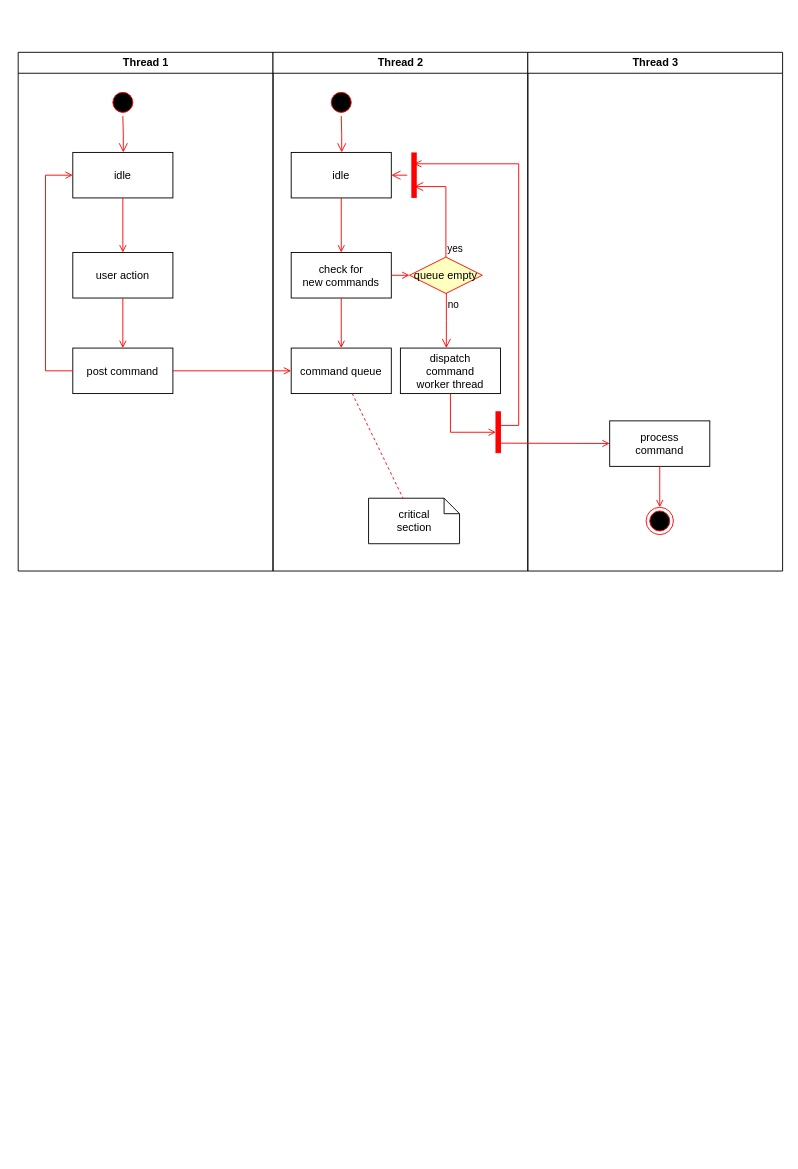
Earlier version of the draw.io diagram SCADA_ActivityDiagram.drawio (widyafebriandaru/SCADA_ActivityDiagram). Source tidied: cells renumbered, new cells numbered last; positions are measured from the earlier drawing's top-left corner, leaving out a move shared by most shapes. Both pictures are drawn from the tidied source at 91%, with x=0, y=0 at pixel (17, 52).
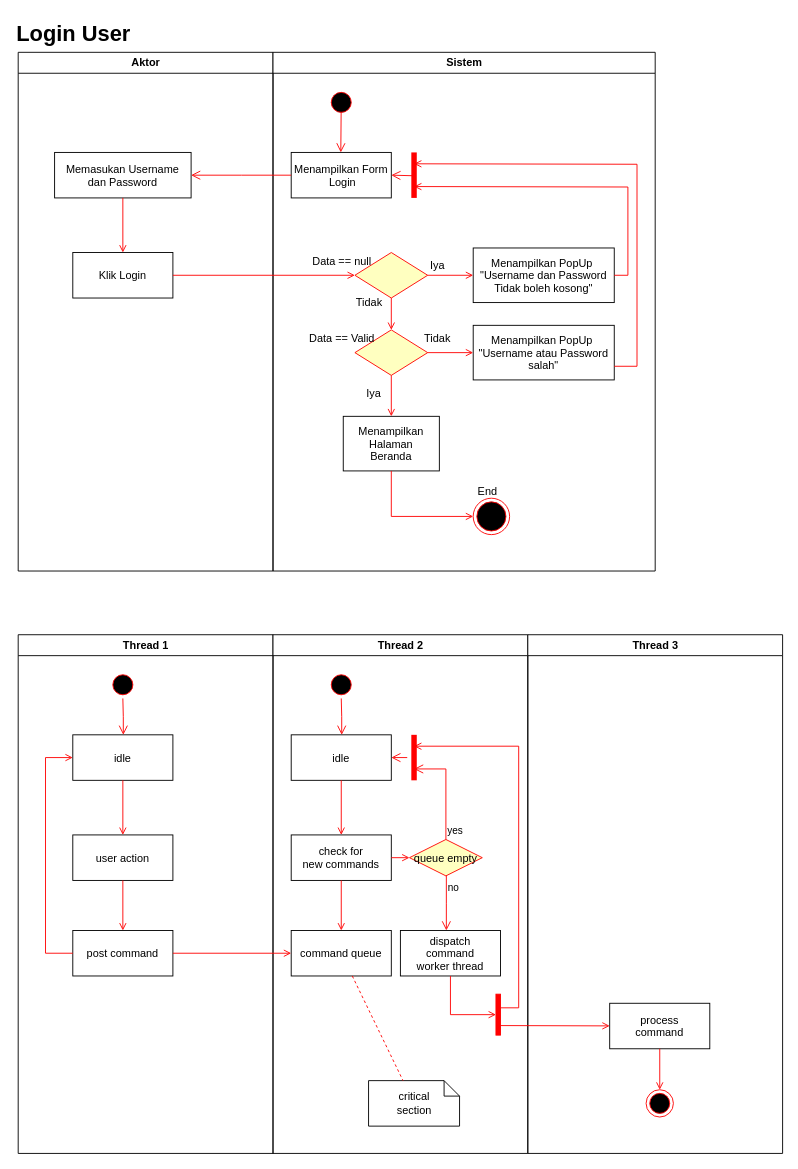
The same page after the edit.

Unchanged cells that the change refers to:
```xml
<mxCell id="12" style="ellipse;shape=startState;fillColor=#000000;strokeColor=#ff0000;" parent="11" vertex="1">
  <mxGeometry x="60" y="40" width="30" height="30" as="geometry" />
</mxCell>
<mxCell id="31" value="process&#10;command" parent="30" vertex="1">
  <mxGeometry x="90" y="405" width="110" height="50" as="geometry" />
</mxCell>
```

What changed in the source:
```diff
@@
-    <mxCell id="2" value="Thread 1" style="swimlane;whiteSpace=wrap;" parent="1" vertex="1">
+    <mxCell id="2" value="Aktor" style="swimlane;whiteSpace=wrap;" parent="1" vertex="1">
       <mxGeometry x="0.5" width="280" height="570" as="geometry" />
     </mxCell>
-    <mxCell id="3" style="ellipse;shape=startState;fillColor=#000000;strokeColor=#ff0000;" parent="2" vertex="1">
-      <mxGeometry x="100" y="40" width="30" height="30" as="geometry" />
-    </mxCell>
-    <mxCell id="4" style="edgeStyle=elbowEdgeStyle;elbow=horizontal;verticalAlign=bottom;endArrow=open;endSize=8;strokeColor=#FF0000;endFill=1;rounded=0;" parent="2" edge="1" source="3" target="5">
-      <mxGeometry x="100" y="40" as="geometry" />
-    </mxCell>
-    <mxCell id="5" value="idle" parent="2" vertex="1">
-      <mxGeometry x="60" y="110" width="110" height="50" as="geometry" />
+    <mxCell id="5" value="Memasukan Username&#10;dan Password" parent="2" vertex="1">
+      <mxGeometry x="40" y="110" width="150" height="50" as="geometry" />
     </mxCell>
-    <mxCell id="6" value="user action" parent="2" vertex="1">
+    <mxCell id="6" value="Klik Login" parent="2" vertex="1">
       <mxGeometry x="60" y="220" width="110" height="50" as="geometry" />
     </mxCell>
-    <mxCell id="7" style="endArrow=open;strokeColor=#FF0000;endFill=1;rounded=0;" parent="2" edge="1" source="5" target="6">
+    <mxCell id="7" style="endArrow=open;strokeColor=#FF0000;endFill=1;rounded=0;exitX=0.5;exitY=1;exitDx=0;exitDy=0;entryX=0.5;entryY=0;entryDx=0;entryDy=0;" parent="2" edge="1" source="5" target="6">
       <mxGeometry relative="1" as="geometry" />
     </mxCell>
-    <mxCell id="8" value="post command" parent="2" vertex="1">
-      <mxGeometry x="60" y="325" width="110" height="50" as="geometry" />
-    </mxCell>
-    <mxCell id="9" style="endArrow=open;strokeColor=#FF0000;endFill=1;rounded=0;" parent="2" edge="1" source="6" target="8">
-      <mxGeometry relative="1" as="geometry" />
-    </mxCell>
-    <mxCell id="10" style="edgeStyle=elbowEdgeStyle;elbow=horizontal;strokeColor=#FF0000;endArrow=open;endFill=1;rounded=0;" parent="2" edge="1" source="8" target="5">
-      <mxGeometry relative="1" as="geometry">
-        <Array as="points">
-          <mxPoint x="30" y="250" />
-        </Array>
-      </mxGeometry>
-    </mxCell>
-    <mxCell id="11" value="Thread 2" style="swimlane;whiteSpace=wrap;" parent="1" vertex="1">
-      <mxGeometry x="280.5" width="280" height="570" as="geometry" />
+    <mxCell id="11" value="Sistem" style="swimlane;whiteSpace=wrap;" parent="1" vertex="1">
+      <mxGeometry x="280.5" width="420" height="570" as="geometry" />
     </mxCell>
@@
-    <mxCell id="13" style="edgeStyle=elbowEdgeStyle;elbow=horizontal;verticalAlign=bottom;endArrow=open;endSize=8;strokeColor=#FF0000;endFill=1;rounded=0;" parent="11" edge="1" source="12" target="14">
+    <mxCell id="13" style="edgeStyle=elbowEdgeStyle;elbow=horizontal;verticalAlign=bottom;endArrow=open;endSize=8;strokeColor=#FF0000;endFill=1;rounded=0;exitX=0.496;exitY=0.844;exitDx=0;exitDy=0;exitPerimeter=0;entryX=0.5;entryY=0;entryDx=0;entryDy=0;" parent="11" edge="1" source="12" target="14">
       <mxGeometry x="40" y="20" as="geometry" />
     </mxCell>
-    <mxCell id="14" value="idle" parent="11" vertex="1">
+    <mxCell id="14" value="Menampilkan Form&#10; Login" parent="11" vertex="1">
       <mxGeometry x="20" y="110" width="110" height="50" as="geometry" />
     </mxCell>
-    <mxCell id="15" value="check for &#10;new commands" parent="11" vertex="1">
-      <mxGeometry x="20" y="220" width="110" height="50" as="geometry" />
-    </mxCell>
-    <mxCell id="16" style="endArrow=open;strokeColor=#FF0000;endFill=1;rounded=0;" parent="11" edge="1" source="14" target="15">
-      <mxGeometry relative="1" as="geometry" />
-    </mxCell>
-    <mxCell id="17" value="command queue" parent="11" vertex="1">
-      <mxGeometry x="20" y="325" width="110" height="50" as="geometry" />
-    </mxCell>
-    <mxCell id="18" style="endArrow=open;strokeColor=#FF0000;endFill=1;rounded=0;" parent="11" edge="1" source="15" target="17">
+    <mxCell id="18" style="endArrow=open;strokeColor=#FF0000;endFill=1;rounded=0;entryX=0.5;entryY=0;entryDx=0;entryDy=0;exitX=0.5;exitY=1;exitDx=0;exitDy=0;" parent="11" edge="1" source="19" target="39">
       <mxGeometry relative="1" as="geometry" />
     </mxCell>
-    <mxCell id="19" value="queue empty" style="rhombus;fillColor=#ffffc0;strokeColor=#ff0000;" parent="11" vertex="1">
-      <mxGeometry x="150" y="225" width="80" height="40" as="geometry" />
+    <mxCell id="19" style="rhombus;fillColor=#ffffc0;strokeColor=#ff0000;" parent="11" vertex="1">
+      <mxGeometry x="90" y="220" width="80" height="50" as="geometry" />
     </mxCell>
+    <mxCell id="23" style="shape=line;strokeWidth=6;strokeColor=#ff0000;rotation=90;" parent="11" vertex="1">
+      <mxGeometry x="130" y="127.5" width="50" height="15" as="geometry" />
+    </mxCell>
+    <mxCell id="24" style="edgeStyle=elbowEdgeStyle;elbow=horizontal;verticalAlign=bottom;endArrow=open;endSize=8;strokeColor=#FF0000;endFill=1;rounded=0;exitX=0.513;exitY=0.467;exitDx=0;exitDy=0;exitPerimeter=0;entryX=1;entryY=0.5;entryDx=0;entryDy=0;" parent="11" edge="1" source="23" target="14">
+      <mxGeometry x="130" y="90" as="geometry" />
+    </mxCell>
+    <mxCell id="37" value="Data == null" style="text;html=1;align=center;verticalAlign=middle;strokeColor=none;fillColor=none;" parent="11" vertex="1">
+      <mxGeometry x="30" y="215" width="90" height="30" as="geometry" />
+    </mxCell>
+    <mxCell id="17" value="Menampilkan PopUp &#10;&quot;Username dan Password&#10;Tidak boleh kosong&quot;" parent="11" vertex="1">
+      <mxGeometry x="220" y="215" width="155" height="60" as="geometry" />
+    </mxCell>
+    <mxCell id="38" value="Menampilkan PopUp &#10;&quot;Username atau Password&#10;salah&quot;" parent="11" vertex="1">
+      <mxGeometry x="220" y="300" width="155" height="60" as="geometry" />
+    </mxCell>
+    <mxCell id="39" style="rhombus;fillColor=#ffffc0;strokeColor=#ff0000;" parent="11" vertex="1">
+      <mxGeometry x="90" y="305" width="80" height="50" as="geometry" />
+    </mxCell>
+    <mxCell id="40" value="Menampilkan &#10;Halaman&#10;Beranda" parent="11" vertex="1">
+      <mxGeometry x="77.2" y="400" width="105.6" height="60" as="geometry" />
+    </mxCell>
+    <mxCell id="41" style="endArrow=open;strokeColor=#FF0000;endFill=1;rounded=0;exitX=1;exitY=0.5;exitDx=0;exitDy=0;entryX=0;entryY=0.5;entryDx=0;entryDy=0;" parent="11" edge="1" source="19" target="17">
+      <mxGeometry relative="1" as="geometry" />
+    </mxCell>
+    <mxCell id="42" style="endArrow=open;strokeColor=#FF0000;endFill=1;rounded=0;exitX=1;exitY=0.5;exitDx=0;exitDy=0;entryX=0;entryY=0.5;entryDx=0;entryDy=0;" parent="11" edge="1" source="39" target="38">
+      <mxGeometry relative="1" as="geometry" />
+    </mxCell>
+    <mxCell id="43" style="endArrow=open;strokeColor=#FF0000;endFill=1;rounded=0;entryX=0.5;entryY=0;entryDx=0;entryDy=0;exitX=0.5;exitY=1;exitDx=0;exitDy=0;" parent="11" edge="1" source="39" target="40">
+      <mxGeometry relative="1" as="geometry" />
+    </mxCell>
+    <mxCell id="44" style="ellipse;html=1;shape=endState;fillColor=#000000;strokeColor=#ff0000;" parent="11" vertex="1">
+      <mxGeometry x="220" y="490" width="40" height="40" as="geometry" />
+    </mxCell>
+    <mxCell id="45" style="endArrow=open;strokeColor=#FF0000;endFill=1;rounded=0;exitX=0.5;exitY=1;exitDx=0;exitDy=0;entryX=0;entryY=0.5;entryDx=0;entryDy=0;" parent="11" edge="1" source="40" target="44">
+      <mxGeometry relative="1" as="geometry">
+        <Array as="points">
+          <mxPoint x="130" y="510" />
+        </Array>
+      </mxGeometry>
+    </mxCell>
+    <mxCell id="46" value="Data == Valid" style="text;html=1;align=center;verticalAlign=middle;strokeColor=none;fillColor=none;" parent="11" vertex="1">
+      <mxGeometry x="25" y="300" width="100" height="30" as="geometry" />
+    </mxCell>
+    <mxCell id="47" value="Iya" style="text;html=1;align=center;verticalAlign=middle;strokeColor=none;fillColor=none;" parent="11" vertex="1">
+      <mxGeometry x="160" y="220" width="40" height="30" as="geometry" />
+    </mxCell>
+    <mxCell id="48" value="Tidak" style="text;html=1;align=center;verticalAlign=middle;strokeColor=none;fillColor=none;" parent="11" vertex="1">
+      <mxGeometry x="80" y="260" width="50" height="30" as="geometry" />
+    </mxCell>
+    <mxCell id="49" value="Iya" style="text;html=1;align=center;verticalAlign=middle;strokeColor=none;fillColor=none;" parent="11" vertex="1">
+      <mxGeometry x="90" y="360" width="40" height="30" as="geometry" />
+    </mxCell>
+    <mxCell id="50" value="End" style="text;html=1;align=center;verticalAlign=middle;strokeColor=none;fillColor=none;" parent="11" vertex="1">
+      <mxGeometry x="215" y="468" width="40" height="30" as="geometry" />
+    </mxCell>
+    <mxCell id="51" style="endArrow=open;strokeColor=#FF0000;endFill=1;rounded=0;entryX=0.25;entryY=0.5;entryDx=0;entryDy=0;exitX=1;exitY=0.75;exitDx=0;exitDy=0;entryPerimeter=0;" parent="11" edge="1" source="38" target="23">
+      <mxGeometry relative="1" as="geometry">
+        <Array as="points">
+          <mxPoint x="400" y="345" />
+          <mxPoint x="400" y="123" />
+        </Array>
+      </mxGeometry>
+    </mxCell>
+    <mxCell id="52" style="endArrow=open;strokeColor=#FF0000;endFill=1;rounded=0;entryX=0.75;entryY=0.5;entryDx=0;entryDy=0;entryPerimeter=0;exitX=1;exitY=0.5;exitDx=0;exitDy=0;" parent="11" edge="1" source="17" target="23">
+      <mxGeometry relative="1" as="geometry">
+        <Array as="points">
+          <mxPoint x="390" y="245" />
+          <mxPoint x="390" y="148" />
+        </Array>
+      </mxGeometry>
+    </mxCell>
+    <mxCell id="53" value="Tidak" style="text;html=1;align=center;verticalAlign=middle;strokeColor=none;fillColor=none;" parent="11" vertex="1">
+      <mxGeometry x="155" y="300" width="50" height="30" as="geometry" />
+    </mxCell>
+    <mxCell id="54" value="Thread 1" style="swimlane;whiteSpace=wrap;" parent="1" vertex="1">
+      <mxGeometry x="0.5" y="640" width="280" height="570" as="geometry" />
+    </mxCell>
+    <mxCell id="3" style="ellipse;shape=startState;fillColor=#000000;strokeColor=#ff0000;" parent="54" vertex="1">
+      <mxGeometry x="100" y="40" width="30" height="30" as="geometry" />
+    </mxCell>
+    <mxCell id="55" style="edgeStyle=elbowEdgeStyle;elbow=horizontal;verticalAlign=bottom;endArrow=open;endSize=8;strokeColor=#FF0000;endFill=1;rounded=0;" parent="54" edge="1" source="3" target="56">
+      <mxGeometry x="100" y="40" as="geometry" />
+    </mxCell>
+    <mxCell id="56" value="idle" parent="54" vertex="1">
+      <mxGeometry x="60" y="110" width="110" height="50" as="geometry" />
+    </mxCell>
+    <mxCell id="57" value="user action" parent="54" vertex="1">
+      <mxGeometry x="60" y="220" width="110" height="50" as="geometry" />
+    </mxCell>
+    <mxCell id="58" style="endArrow=open;strokeColor=#FF0000;endFill=1;rounded=0;" parent="54" edge="1" source="56" target="57">
+      <mxGeometry relative="1" as="geometry" />
+    </mxCell>
+    <mxCell id="8" value="post command" parent="54" vertex="1">
+      <mxGeometry x="60" y="325" width="110" height="50" as="geometry" />
+    </mxCell>
+    <mxCell id="59" style="endArrow=open;strokeColor=#FF0000;endFill=1;rounded=0;" parent="54" edge="1" source="57" target="8">
+      <mxGeometry relative="1" as="geometry" />
+    </mxCell>
+    <mxCell id="60" style="edgeStyle=elbowEdgeStyle;elbow=horizontal;strokeColor=#FF0000;endArrow=open;endFill=1;rounded=0;" parent="54" edge="1" source="8" target="56">
+      <mxGeometry relative="1" as="geometry">
+        <Array as="points">
+          <mxPoint x="30" y="250" />
+        </Array>
+      </mxGeometry>
+    </mxCell>
+    <mxCell id="61" value="Thread 2" style="swimlane;whiteSpace=wrap;" parent="1" vertex="1">
+      <mxGeometry x="280.5" y="640" width="280" height="570" as="geometry" />
+    </mxCell>
+    <mxCell id="62" style="ellipse;shape=startState;fillColor=#000000;strokeColor=#ff0000;" parent="61" vertex="1">
+      <mxGeometry x="60" y="40" width="30" height="30" as="geometry" />
+    </mxCell>
+    <mxCell id="63" style="edgeStyle=elbowEdgeStyle;elbow=horizontal;verticalAlign=bottom;endArrow=open;endSize=8;strokeColor=#FF0000;endFill=1;rounded=0;" parent="61" edge="1" source="62" target="64">
+      <mxGeometry x="40" y="20" as="geometry" />
+    </mxCell>
+    <mxCell id="64" value="idle" parent="61" vertex="1">
+      <mxGeometry x="20" y="110" width="110" height="50" as="geometry" />
+    </mxCell>
+    <mxCell id="15" value="check for &#10;new commands" parent="61" vertex="1">
+      <mxGeometry x="20" y="220" width="110" height="50" as="geometry" />
+    </mxCell>
+    <mxCell id="65" style="endArrow=open;strokeColor=#FF0000;endFill=1;rounded=0;" parent="61" edge="1" source="64" target="15">
+      <mxGeometry relative="1" as="geometry" />
+    </mxCell>
+    <mxCell id="66" value="command queue" parent="61" vertex="1">
+      <mxGeometry x="20" y="325" width="110" height="50" as="geometry" />
+    </mxCell>
+    <mxCell id="67" style="endArrow=open;strokeColor=#FF0000;endFill=1;rounded=0;" parent="61" edge="1" source="15" target="66">
+      <mxGeometry relative="1" as="geometry" />
+    </mxCell>
+    <mxCell id="68" value="queue empty" style="rhombus;fillColor=#ffffc0;strokeColor=#ff0000;" parent="61" vertex="1">
+      <mxGeometry x="150" y="225" width="80" height="40" as="geometry" />
+    </mxCell>
-    <mxCell id="20" value="yes" style="edgeStyle=elbowEdgeStyle;elbow=horizontal;align=left;verticalAlign=bottom;endArrow=open;endSize=8;strokeColor=#FF0000;exitX=0.5;exitY=0;endFill=1;rounded=0;entryX=0.75;entryY=0.5;entryPerimeter=0;" parent="11" edge="1" source="19" target="23">
+    <mxCell id="20" value="yes" style="edgeStyle=elbowEdgeStyle;elbow=horizontal;align=left;verticalAlign=bottom;endArrow=open;endSize=8;strokeColor=#FF0000;exitX=0.5;exitY=0;endFill=1;rounded=0;entryX=0.75;entryY=0.5;entryPerimeter=0;" parent="61" edge="1" source="68" target="70">
       <mxGeometry x="-1" relative="1" as="geometry">
         <Array as="points">
           <mxPoint x="190" y="180" />
         </Array>
       </mxGeometry>
     </mxCell>
-    <mxCell id="21" value="no" style="edgeStyle=elbowEdgeStyle;elbow=horizontal;align=left;verticalAlign=top;endArrow=open;endSize=8;strokeColor=#FF0000;endFill=1;rounded=0;" parent="11" edge="1" source="19" target="25">
+    <mxCell id="21" value="no" style="edgeStyle=elbowEdgeStyle;elbow=horizontal;align=left;verticalAlign=top;endArrow=open;endSize=8;strokeColor=#FF0000;endFill=1;rounded=0;" parent="61" edge="1" source="68" target="25">
       <mxGeometry x="-1" relative="1" as="geometry" />
     </mxCell>
-    <mxCell id="22" style="endArrow=open;strokeColor=#FF0000;endFill=1;rounded=0;" parent="11" edge="1" source="15" target="19">
-      <mxGeometry relative="1" as="geometry" />
-    </mxCell>
-    <mxCell id="23" style="shape=line;strokeWidth=6;strokeColor=#ff0000;rotation=90;" parent="11" vertex="1">
-      <mxGeometry x="130" y="127.5" width="50" height="15" as="geometry" />
-    </mxCell>
-    <mxCell id="24" style="edgeStyle=elbowEdgeStyle;elbow=horizontal;verticalAlign=bottom;endArrow=open;endSize=8;strokeColor=#FF0000;endFill=1;rounded=0;" parent="11" edge="1" source="23" target="14">
-      <mxGeometry x="130" y="90" as="geometry" />
-    </mxCell>
+    <mxCell id="69" style="endArrow=open;strokeColor=#FF0000;endFill=1;rounded=0;" parent="61" edge="1" source="15" target="68">
+      <mxGeometry relative="1" as="geometry" />
+    </mxCell>
+    <mxCell id="70" style="shape=line;strokeWidth=6;strokeColor=#ff0000;rotation=90;" parent="61" vertex="1">
+      <mxGeometry x="130" y="127.5" width="50" height="15" as="geometry" />
+    </mxCell>
+    <mxCell id="71" style="edgeStyle=elbowEdgeStyle;elbow=horizontal;verticalAlign=bottom;endArrow=open;endSize=8;strokeColor=#FF0000;endFill=1;rounded=0;" parent="61" edge="1" source="70" target="64">
+      <mxGeometry x="130" y="90" as="geometry" />
+    </mxCell>
-    <mxCell id="25" value="dispatch&#10;command&#10;worker thread" parent="11" vertex="1">
+    <mxCell id="25" value="dispatch&#10;command&#10;worker thread" parent="61" vertex="1">
       <mxGeometry x="140" y="325" width="110" height="50" as="geometry" />
     </mxCell>
-    <mxCell id="26" value="critical&#10;section" style="shape=note;whiteSpace=wrap;size=17;" parent="11" vertex="1">
+    <mxCell id="26" value="critical&#10;section" style="shape=note;whiteSpace=wrap;size=17;" parent="61" vertex="1">
       <mxGeometry x="105" y="490" width="100" height="50" as="geometry" />
     </mxCell>
-    <mxCell id="27" style="endArrow=none;strokeColor=#FF0000;endFill=0;rounded=0;dashed=1;" parent="11" edge="1" source="17" target="26">
-      <mxGeometry relative="1" as="geometry" />
-    </mxCell>
+    <mxCell id="72" style="endArrow=none;strokeColor=#FF0000;endFill=0;rounded=0;dashed=1;" parent="61" edge="1" source="66" target="26">
+      <mxGeometry relative="1" as="geometry" />
+    </mxCell>
-    <mxCell id="28" style="whiteSpace=wrap;strokeColor=#FF0000;fillColor=#FF0000;" parent="11" vertex="1">
+    <mxCell id="28" style="whiteSpace=wrap;strokeColor=#FF0000;fillColor=#FF0000;" parent="61" vertex="1">
       <mxGeometry x="245" y="395" width="5" height="45" as="geometry" />
     </mxCell>
-    <mxCell id="29" style="edgeStyle=elbowEdgeStyle;elbow=horizontal;entryX=0;entryY=0.5;strokeColor=#FF0000;endArrow=open;endFill=1;rounded=0;" parent="11" edge="1" source="25" target="28">
+    <mxCell id="29" style="edgeStyle=elbowEdgeStyle;elbow=horizontal;entryX=0;entryY=0.5;strokeColor=#FF0000;endArrow=open;endFill=1;rounded=0;" parent="61" edge="1" source="25" target="28">
       <mxGeometry relative="1" as="geometry">
         <Array as="points">
           <mxPoint x="195" y="400" />
         </Array>
       </mxGeometry>
     </mxCell>
     <mxCell id="30" value="Thread 3" style="swimlane;whiteSpace=wrap;" parent="1" vertex="1">
-      <mxGeometry x="560.5" width="280" height="570" as="geometry" />
+      <mxGeometry x="560.5" y="640" width="280" height="570" as="geometry" />
     </mxCell>
@@
-    <mxCell id="32" style="edgeStyle=elbowEdgeStyle;elbow=horizontal;strokeColor=#FF0000;endArrow=open;endFill=1;rounded=0;entryX=0.25;entryY=0.5;entryPerimeter=0;" parent="30" edge="1" target="23">
-      <mxGeometry relative="1" as="geometry">
-        <mxPoint x="-30" y="410" as="sourcePoint" />
-        <Array as="points">
-          <mxPoint x="-10" y="135" />
-        </Array>
-      </mxGeometry>
-    </mxCell>
-    <mxCell id="33" style="edgeStyle=none;strokeColor=#FF0000;endArrow=open;endFill=1;rounded=0;" parent="30" edge="1" target="31">
-      <mxGeometry relative="1" as="geometry">
-        <mxPoint x="-30" y="429.5" as="sourcePoint" />
-      </mxGeometry>
-    </mxCell>
+    <mxCell id="73" style="edgeStyle=elbowEdgeStyle;elbow=horizontal;strokeColor=#FF0000;endArrow=open;endFill=1;rounded=0;entryX=0.25;entryY=0.5;entryPerimeter=0;" parent="30" edge="1" target="70">
+      <mxGeometry relative="1" as="geometry">
+        <mxPoint x="-30" y="410" as="sourcePoint" />
+        <Array as="points">
+          <mxPoint x="-10" y="135" />
+        </Array>
+      </mxGeometry>
+    </mxCell>
+    <mxCell id="74" style="edgeStyle=none;strokeColor=#FF0000;endArrow=open;endFill=1;rounded=0;" parent="30" edge="1" target="31">
+      <mxGeometry relative="1" as="geometry">
+        <mxPoint x="-30" y="429.5" as="sourcePoint" />
+      </mxGeometry>
+    </mxCell>
@@
-    <mxCell id="36" style="endArrow=open;strokeColor=#FF0000;endFill=1;rounded=0;" parent="1" edge="1" source="8" target="17">
-      <mxGeometry relative="1" as="geometry" />
-    </mxCell>
+    <mxCell id="75" style="endArrow=open;strokeColor=#FF0000;endFill=1;rounded=0;" parent="1" edge="1" source="8" target="66">
+      <mxGeometry relative="1" as="geometry" />
+    </mxCell>
+    <mxCell id="76" value="Login User" style="text;strokeColor=none;fillColor=none;html=1;fontSize=24;fontStyle=1;verticalAlign=middle;align=center;" parent="1" vertex="1">
+      <mxGeometry x="10.5" y="-40" width="100" height="40" as="geometry" />
+    </mxCell>
+    <mxCell id="77" style="edgeStyle=elbowEdgeStyle;elbow=horizontal;verticalAlign=bottom;endArrow=open;endSize=8;strokeColor=#FF0000;endFill=1;rounded=0;entryX=1;entryY=0.5;entryDx=0;entryDy=0;exitX=0;exitY=0.5;exitDx=0;exitDy=0;" parent="1" edge="1" source="14" target="5">
+      <mxGeometry x="40" y="20" as="geometry" />
+    </mxCell>
+    <mxCell id="78" style="endArrow=open;strokeColor=#FF0000;endFill=1;rounded=0;entryX=0;entryY=0.5;entryDx=0;entryDy=0;exitX=1;exitY=0.5;exitDx=0;exitDy=0;exitPerimeter=0;" parent="1" edge="1" source="6" target="19">
+      <mxGeometry relative="1" as="geometry" />
+    </mxCell>
```
